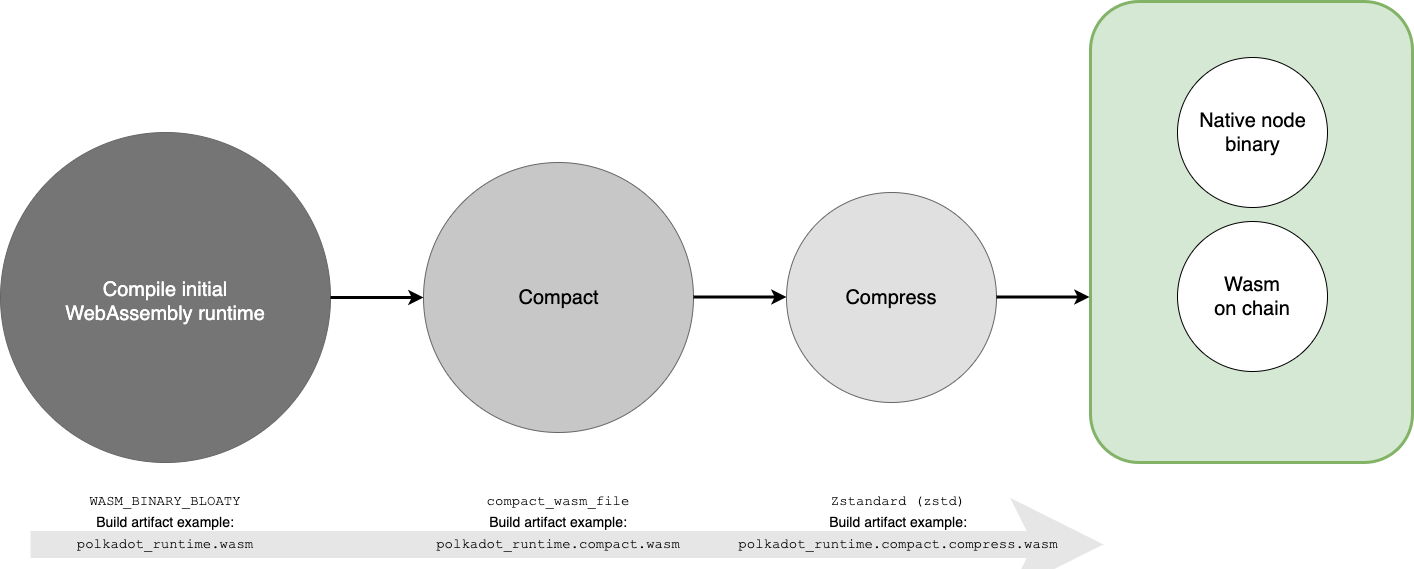
Before: content/media/images/docs/node-executable.png, a diagram exported from draw.io (polkadot-developers/substrate-docs). Source tidied: cells renumbered, new cells last; positions are measured from the earlier drawing's top-left corner, leaving out a move shared by most shapes.
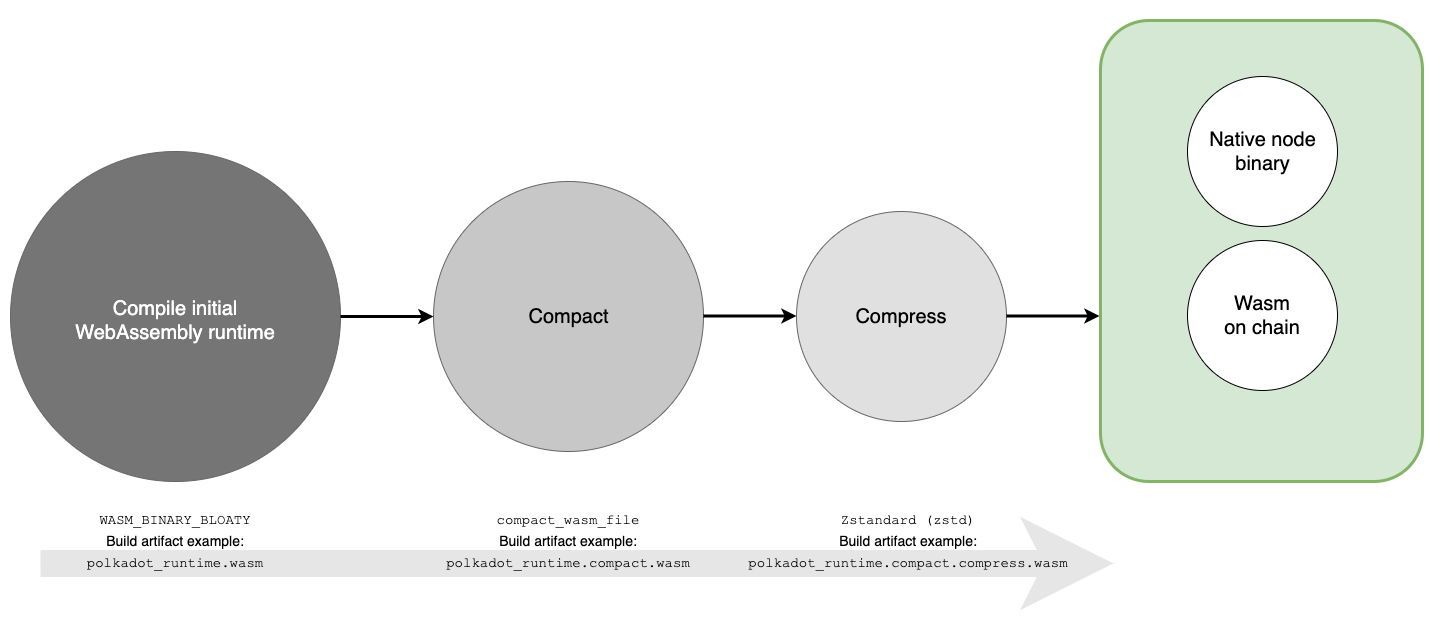
After the change.

Commit message:
Modify the build diagram

The edit, as a diff of the source:
```diff
@@ -71,5 +71,8 @@
         <mxPoint x="1089" y="295.5" as="targetPoint" />
       </mxGeometry>
     </mxCell>
+    <mxCell id="22" style="rounded=0;whiteSpace=wrap;html=1;fontFamily=Helvetica;fontSize=14;fontColor=#000000;fillColor=none;strokeColor=#FFFFFF;" parent="1" vertex="1">
+      <mxGeometry x="-10" y="-20" width="1440" height="620" as="geometry" />
+    </mxCell>
   </root>
 </mxGraphModel>
```
